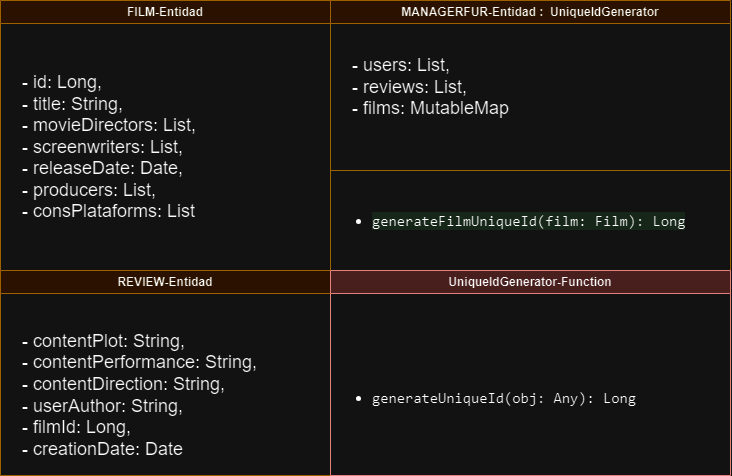
Earlier version of the draw.io export doc/imagenes/Modelo_Dominio_Claqueta_TFG.drawio.png (JoseJordanF/Claqueta). Source tidied: cells renumbered, new cells last; positions are measured from the earlier drawing's top-left corner, leaving out a move shared by most shapes.
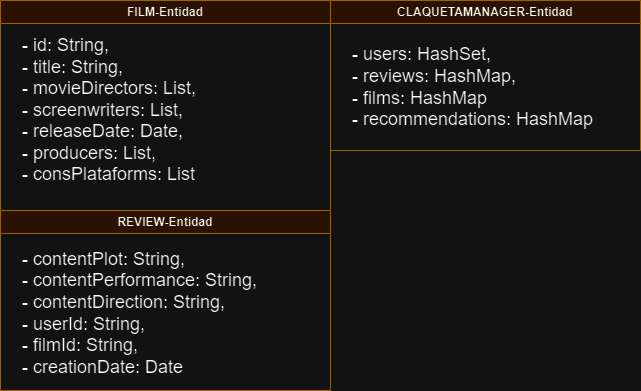
Later version of the same file.

The edit, as a diff of the source:
```diff
@@ -3,37 +3,22 @@
     <mxCell id="0" />
     <mxCell id="1" parent="0" />
     <mxCell id="2" value="FILM-Entidad" style="swimlane;whiteSpace=wrap;html=1;labelBackgroundColor=none;labelBorderColor=none;fillColor=#ffe6cc;align=center;rounded=0;strokeColor=#d79b00;" parent="1" vertex="1">
-      <mxGeometry width="330" height="270" as="geometry" />
+      <mxGeometry width="330" height="210" as="geometry" />
     </mxCell>
-    <mxCell id="3" value="- id: Long,&lt;br&gt;- title: String,&lt;br&gt;- movieDirectors: List,&lt;br&gt;- screenwriters: List,&lt;br&gt;- releaseDate: Date,&lt;br&gt;- producers: List,&lt;br&gt;- consPlataforms: List" style="text;html=1;align=left;verticalAlign=middle;strokeColor=none;fillColor=none;fontSize=18;" parent="2" vertex="1">
-      <mxGeometry x="20" y="67" width="200" height="160" as="geometry" />
+    <mxCell id="3" value="- id: String,&lt;br&gt;- title: String,&lt;br&gt;- movieDirectors: List,&lt;br&gt;- screenwriters: List,&lt;br&gt;- releaseDate: Date,&lt;br&gt;- producers: List,&lt;br&gt;- consPlataforms: List" style="text;html=1;align=left;verticalAlign=middle;strokeColor=none;fillColor=none;fontSize=18;" parent="2" vertex="1">
+      <mxGeometry x="20" y="30" width="200" height="160" as="geometry" />
     </mxCell>
     <mxCell id="4" value="REVIEW-Entidad" style="swimlane;whiteSpace=wrap;html=1;fillColor=#ffe6cc;strokeColor=#d79b00;" parent="1" vertex="1">
-      <mxGeometry y="270" width="330" height="205" as="geometry" />
+      <mxGeometry y="210" width="330" height="180" as="geometry" />
     </mxCell>
-    <mxCell id="5" value="&lt;div&gt;- contentPlot: String,&lt;/div&gt;&lt;div&gt;- contentPerformance: String,&lt;/div&gt;&lt;div&gt;- contentDirection: String,&lt;/div&gt;&lt;div&gt;- userAuthor: String,&lt;/div&gt;&lt;div&gt;- filmId: Long,&lt;/div&gt;&lt;div&gt;- creationDate: Date&lt;/div&gt;" style="text;html=1;align=left;verticalAlign=middle;strokeColor=none;fillColor=none;fontSize=18;" parent="4" vertex="1">
-      <mxGeometry x="20" y="55" width="260" height="140" as="geometry" />
+    <mxCell id="5" value="&lt;div&gt;- contentPlot: String,&lt;/div&gt;&lt;div&gt;- contentPerformance: String,&lt;/div&gt;&lt;div&gt;- contentDirection: String,&lt;/div&gt;&lt;div&gt;- userId: String,&lt;/div&gt;&lt;div&gt;- filmId: String,&lt;/div&gt;&lt;div&gt;- creationDate: Date&lt;/div&gt;" style="text;html=1;align=left;verticalAlign=middle;strokeColor=none;fillColor=none;fontSize=18;" parent="4" vertex="1">
+      <mxGeometry x="20" y="32.5" width="260" height="140" as="geometry" />
     </mxCell>
-    <mxCell id="6" value="MANAGERFUR-Entidad :&amp;nbsp; UniqueIdGenerator" style="swimlane;whiteSpace=wrap;html=1;fillColor=#ffe6cc;strokeColor=#d79b00;" parent="1" vertex="1">
-      <mxGeometry x="330" width="400" height="270" as="geometry" />
+    <mxCell id="6" value="CLAQUETAMANAGER-Entidad" style="swimlane;whiteSpace=wrap;html=1;fillColor=#ffe6cc;strokeColor=#d79b00;" parent="1" vertex="1">
+      <mxGeometry x="330" width="310" height="150" as="geometry" />
     </mxCell>
-    <mxCell id="7" value="- users: List,&lt;br&gt;- reviews: List,&lt;br&gt;- films: MutableMap" style="text;html=1;align=left;verticalAlign=middle;strokeColor=none;fillColor=none;fontSize=18;" parent="6" vertex="1">
-      <mxGeometry x="20" y="47" width="180" height="80" as="geometry" />
+    <mxCell id="7" value="- users: HashSet,&lt;br&gt;- reviews: HashMap,&lt;br&gt;- films: HashMap&lt;br&gt;-&amp;nbsp;recommendations: HashMap" style="text;html=1;align=left;verticalAlign=middle;strokeColor=none;fillColor=none;fontSize=18;" parent="6" vertex="1">
+      <mxGeometry x="20" y="37" width="260" height="100" as="geometry" />
     </mxCell>
-    <mxCell id="8" value="&lt;ul style=&quot;font-size: 15px;&quot;&gt;&lt;li&gt; &lt;span style=&quot;box-sizing: border-box; transition: color 0.08s ease-in-out 0s; font-family: ui-monospace, SFMono-Regular, &amp;quot;SF Mono&amp;quot;, Menlo, Consolas, &amp;quot;Liberation Mono&amp;quot;, monospace; background-color: rgba(46, 160, 67, 0.15);&quot; class=&quot;pl-en&quot;&gt;&lt;span style=&quot;box-sizing: border-box; transition: color 0.08s ease-in-out 0s;&quot; class=&quot;pl-token&quot;&gt;generateFilmUniqueId&lt;/span&gt;&lt;/span&gt;&lt;span style=&quot;font-family: ui-monospace, SFMono-Regular, &amp;quot;SF Mono&amp;quot;, Menlo, Consolas, &amp;quot;Liberation Mono&amp;quot;, monospace; background-color: rgba(46, 160, 67, 0.15);&quot;&gt;(&lt;/span&gt;&lt;span style=&quot;box-sizing: border-box; transition: color 0.08s ease-in-out 0s; font-family: ui-monospace, SFMono-Regular, &amp;quot;SF Mono&amp;quot;, Menlo, Consolas, &amp;quot;Liberation Mono&amp;quot;, monospace; background-color: rgba(46, 160, 67, 0.15);&quot; class=&quot;pl-smi&quot;&gt;&lt;span style=&quot;box-sizing: border-box; transition: color 0.08s ease-in-out 0s;&quot; class=&quot;pl-token&quot;&gt;film&lt;/span&gt;&lt;/span&gt;&lt;span style=&quot;box-sizing: border-box; transition: color 0.08s ease-in-out 0s; font-family: ui-monospace, SFMono-Regular, &amp;quot;SF Mono&amp;quot;, Menlo, Consolas, &amp;quot;Liberation Mono&amp;quot;, monospace; background-color: rgba(46, 160, 67, 0.15);&quot; class=&quot;pl-k&quot;&gt;:&lt;/span&gt;&lt;span style=&quot;font-family: ui-monospace, SFMono-Regular, &amp;quot;SF Mono&amp;quot;, Menlo, Consolas, &amp;quot;Liberation Mono&amp;quot;, monospace; background-color: rgba(46, 160, 67, 0.15);&quot;&gt; &lt;/span&gt;&lt;span style=&quot;box-sizing: border-box; transition: color 0.08s ease-in-out 0s; font-family: ui-monospace, SFMono-Regular, &amp;quot;SF Mono&amp;quot;, Menlo, Consolas, &amp;quot;Liberation Mono&amp;quot;, monospace; background-color: rgba(46, 160, 67, 0.15);&quot; class=&quot;pl-en&quot;&gt;&lt;span style=&quot;box-sizing: border-box; transition: color 0.08s ease-in-out 0s;&quot; class=&quot;pl-token&quot;&gt;Film&lt;/span&gt;&lt;/span&gt;&lt;span style=&quot;font-family: ui-monospace, SFMono-Regular, &amp;quot;SF Mono&amp;quot;, Menlo, Consolas, &amp;quot;Liberation Mono&amp;quot;, monospace; background-color: rgba(46, 160, 67, 0.15);&quot;&gt;): &lt;/span&gt;&lt;span style=&quot;box-sizing: border-box; transition: color 0.08s ease-in-out 0s; font-family: ui-monospace, SFMono-Regular, &amp;quot;SF Mono&amp;quot;, Menlo, Consolas, &amp;quot;Liberation Mono&amp;quot;, monospace; background-color: rgba(46, 160, 67, 0.15);&quot; class=&quot;pl-c1&quot;&gt;&lt;span style=&quot;box-sizing: border-box; transition: color 0.08s ease-in-out 0s;&quot; class=&quot;pl-token&quot;&gt;Long&lt;/span&gt;&lt;/span&gt;&lt;br&gt;&lt;/li&gt;&lt;/ul&gt;" style="text;strokeColor=none;fillColor=none;html=1;whiteSpace=wrap;verticalAlign=middle;overflow=hidden;" parent="6" vertex="1">
-      <mxGeometry y="170" width="400" height="100" as="geometry" />
-    </mxCell>
-    <mxCell id="9" style="endArrow=none;html=1;rounded=0;entryX=1;entryY=0.75;entryDx=0;entryDy=0;exitX=0;exitY=0.75;exitDx=0;exitDy=0;fillColor=#ffe6cc;strokeColor=#d79b00;" parent="6" edge="1">
-      <mxGeometry relative="1" as="geometry">
-        <mxPoint y="170" as="sourcePoint" />
-        <mxPoint x="400" y="170" as="targetPoint" />
-      </mxGeometry>
-    </mxCell>
-    <mxCell id="10" value="UniqueIdGenerator-Function" style="swimlane;whiteSpace=wrap;html=1;fillColor=#f8cecc;strokeColor=#b85450;startSize=23;" parent="1" vertex="1">
-      <mxGeometry x="330" y="270" width="400" height="205" as="geometry" />
-    </mxCell>
-    <mxCell id="11" value="&lt;font style=&quot;font-size: 15px;&quot;&gt;&lt;br&gt;&lt;/font&gt;&lt;ul style=&quot;border-color: var(--border-color); orphans: 2; text-align: left; text-indent: 0px; widows: 2; text-decoration-thickness: initial; text-decoration-style: initial; text-decoration-color: initial; font-size: 15px;&quot;&gt;&lt;li style=&quot;border-color: var(--border-color);&quot;&gt;&lt;font style=&quot;font-size: 15px;&quot; face=&quot;ui-monospace, SFMono-Regular, SF Mono, Menlo, Consolas, Liberation Mono, monospace&quot;&gt;generateUniqueId(obj: Any): Long&lt;/font&gt;&lt;br&gt;&lt;/li&gt;&lt;/ul&gt;" style="text;html=1;align=left;verticalAlign=middle;strokeColor=none;fillColor=none;fontSize=18;" parent="10" vertex="1">
-      <mxGeometry y="77" width="330" height="80" as="geometry" />
-    </mxCell>
   </root>
 </mxGraphModel>
```
